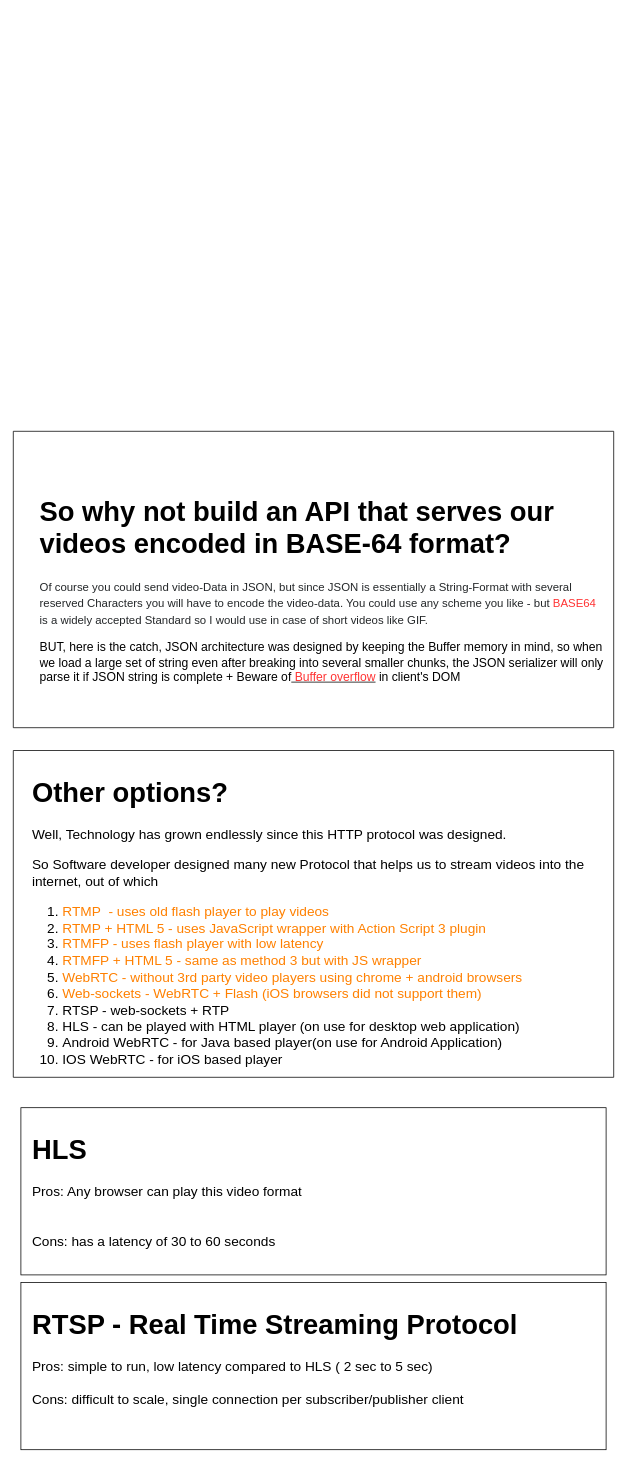
the-mohamed-riaz/Angular-projects keeps this draw.io diagram as page "Media streaming protocols" (2 of 3) of Untitled Diagram.drawio. Above is the earlier version. Source tidied: cells renumbered, new cells numbered last; positions are measured from the earlier drawing's top-left corner, leaving out a move shared by most shapes. Both pictures are drawn from the tidied source at 76%, with x=0, y=0 at pixel (13, 431).
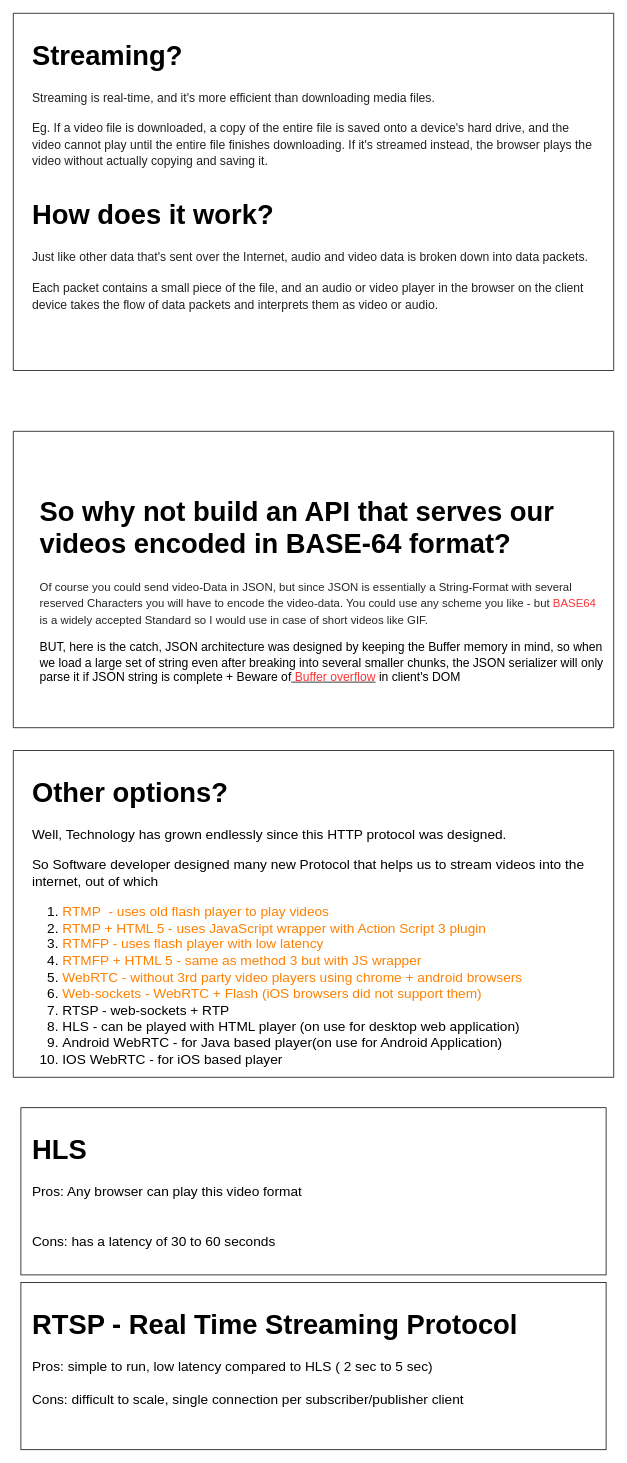
The same page after the edit.

What changed in the source:
```diff
@@
 <mxGraphModel>
   <root>
     <mxCell id="0" />
     <mxCell id="1" parent="0" />
     <mxCell id="2" style="swimlane;startSize=0;fontSize=18;align=left;" parent="1" vertex="1">
       <mxGeometry width="790" height="390" as="geometry" />
     </mxCell>
     <mxCell id="3" value="&lt;h1&gt;So why not build an API that serves our videos encoded in BASE-64 format?&lt;/h1&gt;&lt;span style=&quot;color: rgb(36 , 39 , 41) ; font-family: &amp;#34;arial&amp;#34; , &amp;#34;helvetica neue&amp;#34; , &amp;#34;helvetica&amp;#34; , sans-serif ; font-size: 15px ; background-color: rgb(255 , 255 , 255)&quot;&gt;Of course you could send video-Data in JSON, but since JSON is essentially a String-Format with several reserved Characters you will have to encode the video-data. You could use any scheme you like - but &lt;/span&gt;&lt;span style=&quot;font-family: &amp;#34;arial&amp;#34; , &amp;#34;helvetica neue&amp;#34; , &amp;#34;helvetica&amp;#34; , sans-serif ; font-size: 15px ; background-color: rgb(255 , 255 , 255)&quot;&gt;&lt;font color=&quot;#ff3333&quot;&gt;BASE64&lt;/font&gt;&lt;/span&gt;&lt;span style=&quot;color: rgb(36 , 39 , 41) ; font-family: &amp;#34;arial&amp;#34; , &amp;#34;helvetica neue&amp;#34; , &amp;#34;helvetica&amp;#34; , sans-serif ; font-size: 15px ; background-color: rgb(255 , 255 , 255)&quot;&gt; is a widely accepted Standard so I would use in case of short videos like GIF.&lt;/span&gt;&lt;p style=&quot;font-size: 16px&quot;&gt;BUT, here is the catch, JSON architecture was designed by keeping the Buffer memory in mind, so when we load a large set of string even after breaking into several smaller chunks, the &lt;font style=&quot;font-size: 16px&quot;&gt;JSON&lt;/font&gt; serializer will only parse it if JSON string is complete + Beware of&lt;u&gt;&lt;font color=&quot;#ff3333&quot;&gt; Buffer overflow&lt;/font&gt;&lt;/u&gt; in client's DOM&lt;/p&gt;" style="text;html=1;strokeColor=none;fillColor=none;spacing=5;spacingTop=-20;whiteSpace=wrap;overflow=hidden;rounded=0;fontSize=18;align=left;" parent="1" vertex="1">
       <mxGeometry x="30" y="70" width="750" height="300" as="geometry" />
     </mxCell>
     <mxCell id="4" style="swimlane;startSize=0;fontSize=18;align=left;" parent="1" vertex="1">
       <mxGeometry y="420" width="790" height="430" as="geometry" />
     </mxCell>
     <mxCell id="5" value="&lt;h1&gt;Other options?&lt;/h1&gt;&lt;p&gt;Well, Technology has grown endlessly since this HTTP protocol was designed.&lt;/p&gt;&lt;p&gt;So Software developer designed many new Protocol that helps us to stream videos into the internet, out of which&amp;nbsp;&lt;/p&gt;&lt;p&gt;&lt;/p&gt;&lt;ol&gt;&lt;li&gt;&lt;font color=&quot;#ff8000&quot;&gt;RTMP&amp;nbsp; - uses old flash player to play videos&lt;/font&gt;&lt;/li&gt;&lt;li&gt;&lt;font color=&quot;#ff8000&quot;&gt;RTMP + HTML 5 - uses JavaScript wrapper with Action Script 3 plugin&lt;/font&gt;&lt;/li&gt;&lt;li&gt;&lt;font color=&quot;#ff8000&quot;&gt;RTMFP - uses flash player with low latency&lt;/font&gt;&lt;/li&gt;&lt;li&gt;&lt;font color=&quot;#ff8000&quot;&gt;RTMFP + HTML 5 - same as method 3 but with JS wrapper&lt;/font&gt;&lt;/li&gt;&lt;li&gt;&lt;font color=&quot;#ff8000&quot;&gt;WebRTC - without 3rd party video players using chrome + android browsers&lt;/font&gt;&lt;/li&gt;&lt;li&gt;&lt;font color=&quot;#ff8000&quot;&gt;Web-sockets&amp;nbsp;- WebRTC + Flash (iOS&amp;nbsp;browsers did not support them)&lt;/font&gt;&lt;/li&gt;&lt;li&gt;RTSP - web-sockets + RTP&lt;br&gt;&lt;/li&gt;&lt;li&gt;HLS - can be played with HTML player (on use for desktop web application)&lt;/li&gt;&lt;li&gt;Android WebRTC - for Java based player(on use for Android Application)&lt;/li&gt;&lt;li&gt;IOS WebRTC - for iOS based player&lt;/li&gt;&lt;/ol&gt;&lt;p&gt;&lt;/p&gt;" style="text;html=1;strokeColor=none;fillColor=none;spacing=5;spacingTop=-20;whiteSpace=wrap;overflow=hidden;rounded=0;fontSize=18;align=left;" parent="1" vertex="1">
       <mxGeometry x="20" y="440" width="760" height="410" as="geometry" />
     </mxCell>
     <mxCell id="6" style="rounded=0;whiteSpace=wrap;html=1;fontSize=18;align=left;" parent="1" vertex="1">
       <mxGeometry x="10" y="890" width="770" height="220" as="geometry" />
     </mxCell>
     <mxCell id="7" value="&lt;h1&gt;HLS&lt;br&gt;&lt;/h1&gt;&lt;div&gt;Pros: Any browser can play this video format&lt;/div&gt;&lt;div&gt;&lt;br&gt;&lt;/div&gt;&lt;div&gt;&lt;br&gt;&lt;/div&gt;&lt;div&gt;Cons: has a latency of 30 to 60 seconds&lt;/div&gt;" style="text;html=1;strokeColor=none;fillColor=none;spacing=5;spacingTop=-20;whiteSpace=wrap;overflow=hidden;rounded=0;fontSize=18;align=left;" parent="1" vertex="1">
       <mxGeometry x="20" y="910" width="740" height="180" as="geometry" />
     </mxCell>
     <mxCell id="8" style="rounded=0;whiteSpace=wrap;html=1;fontSize=18;align=left;" parent="1" vertex="1">
       <mxGeometry x="10" y="1120" width="770" height="220" as="geometry" />
     </mxCell>
     <mxCell id="9" value="&lt;h1&gt;RTSP - Real Time Streaming Protocol&lt;br&gt;&lt;/h1&gt;&lt;div&gt;Pros: simple to run, low latency compared to HLS ( 2 sec to 5 sec)&lt;/div&gt;&lt;div&gt;&lt;br&gt;&lt;/div&gt;&lt;div&gt;Cons: difficult to scale, single connection per subscriber/publisher client&lt;/div&gt;" style="text;html=1;strokeColor=none;fillColor=none;spacing=5;spacingTop=-20;whiteSpace=wrap;overflow=hidden;rounded=0;fontSize=18;align=left;" parent="1" vertex="1">
       <mxGeometry x="20" y="1140" width="740" height="180" as="geometry" />
     </mxCell>
+    <mxCell id="10" style="swimlane;startSize=0;fontSize=18;align=left;" parent="1" vertex="1">
+      <mxGeometry y="-550" width="790" height="470" as="geometry" />
+    </mxCell>
+    <mxCell id="11" value="&lt;h1&gt;Streaming?&lt;/h1&gt;&lt;p&gt;&lt;span style=&quot;color: rgb(34 , 34 , 34) ; font-family: , &amp;#34;blinkmacsystemfont&amp;#34; , &amp;#34;segoe ui&amp;#34; , &amp;#34;roboto&amp;#34; , &amp;#34;oxygen&amp;#34; , &amp;#34;ubuntu&amp;#34; , &amp;#34;cantarell&amp;#34; , &amp;#34;fira sans&amp;#34; , &amp;#34;droid sans&amp;#34; , &amp;#34;helvetica neue&amp;#34; , sans-serif ; font-size: 16px&quot;&gt;Streaming is real-time, and it's more efficient than downloading media files.&lt;/span&gt;&lt;/p&gt;&lt;span style=&quot;color: rgb(34 , 34 , 34) ; font-size: 16px&quot;&gt;Eg. I&lt;/span&gt;&lt;span style=&quot;color: rgb(34 , 34 , 34) ; font-family: , &amp;#34;blinkmacsystemfont&amp;#34; , &amp;#34;segoe ui&amp;#34; , &amp;#34;roboto&amp;#34; , &amp;#34;oxygen&amp;#34; , &amp;#34;ubuntu&amp;#34; , &amp;#34;cantarell&amp;#34; , &amp;#34;fira sans&amp;#34; , &amp;#34;droid sans&amp;#34; , &amp;#34;helvetica neue&amp;#34; , sans-serif ; font-size: 16px&quot;&gt;f a video file is downloaded, a copy of the entire file is saved onto a device's hard drive, and the video cannot play until the entire file finishes downloading. If it's streamed instead, the browser plays the video without actually copying and saving it.&lt;/span&gt;" style="text;html=1;strokeColor=none;fillColor=none;spacing=5;spacingTop=-20;whiteSpace=wrap;overflow=hidden;rounded=0;fontSize=18;align=left;" parent="10" vertex="1">
+      <mxGeometry x="20" y="20" width="750" height="430" as="geometry" />
+    </mxCell>
+    <mxCell id="12" value="&lt;h1&gt;How does it work?&lt;/h1&gt;&lt;p&gt;&lt;span style=&quot;color: rgb(34 , 34 , 34) ; font-family: , &amp;#34;blinkmacsystemfont&amp;#34; , &amp;#34;segoe ui&amp;#34; , &amp;#34;roboto&amp;#34; , &amp;#34;oxygen&amp;#34; , &amp;#34;ubuntu&amp;#34; , &amp;#34;cantarell&amp;#34; , &amp;#34;fira sans&amp;#34; , &amp;#34;droid sans&amp;#34; , &amp;#34;helvetica neue&amp;#34; , sans-serif ; font-size: 16px&quot;&gt;Just like other data that's sent over the Internet, audio and video data is broken down into data packets.&lt;/span&gt;&lt;/p&gt;&lt;p&gt;&lt;span style=&quot;color: rgb(34 , 34 , 34) ; font-family: , &amp;#34;blinkmacsystemfont&amp;#34; , &amp;#34;segoe ui&amp;#34; , &amp;#34;roboto&amp;#34; , &amp;#34;oxygen&amp;#34; , &amp;#34;ubuntu&amp;#34; , &amp;#34;cantarell&amp;#34; , &amp;#34;fira sans&amp;#34; , &amp;#34;droid sans&amp;#34; , &amp;#34;helvetica neue&amp;#34; , sans-serif ; font-size: 16px&quot;&gt;Each packet contains a small piece of the file, and an audio or video player in the browser on the client device takes the flow of data packets and interprets them as video or audio.&lt;/span&gt;&lt;br&gt;&lt;/p&gt;" style="text;html=1;strokeColor=none;fillColor=none;spacing=5;spacingTop=-20;whiteSpace=wrap;overflow=hidden;rounded=0;fontSize=18;align=left;" parent="10" vertex="1">
+      <mxGeometry x="20" y="230" width="740" height="220" as="geometry" />
+    </mxCell>
   </root>
 </mxGraphModel>
```
